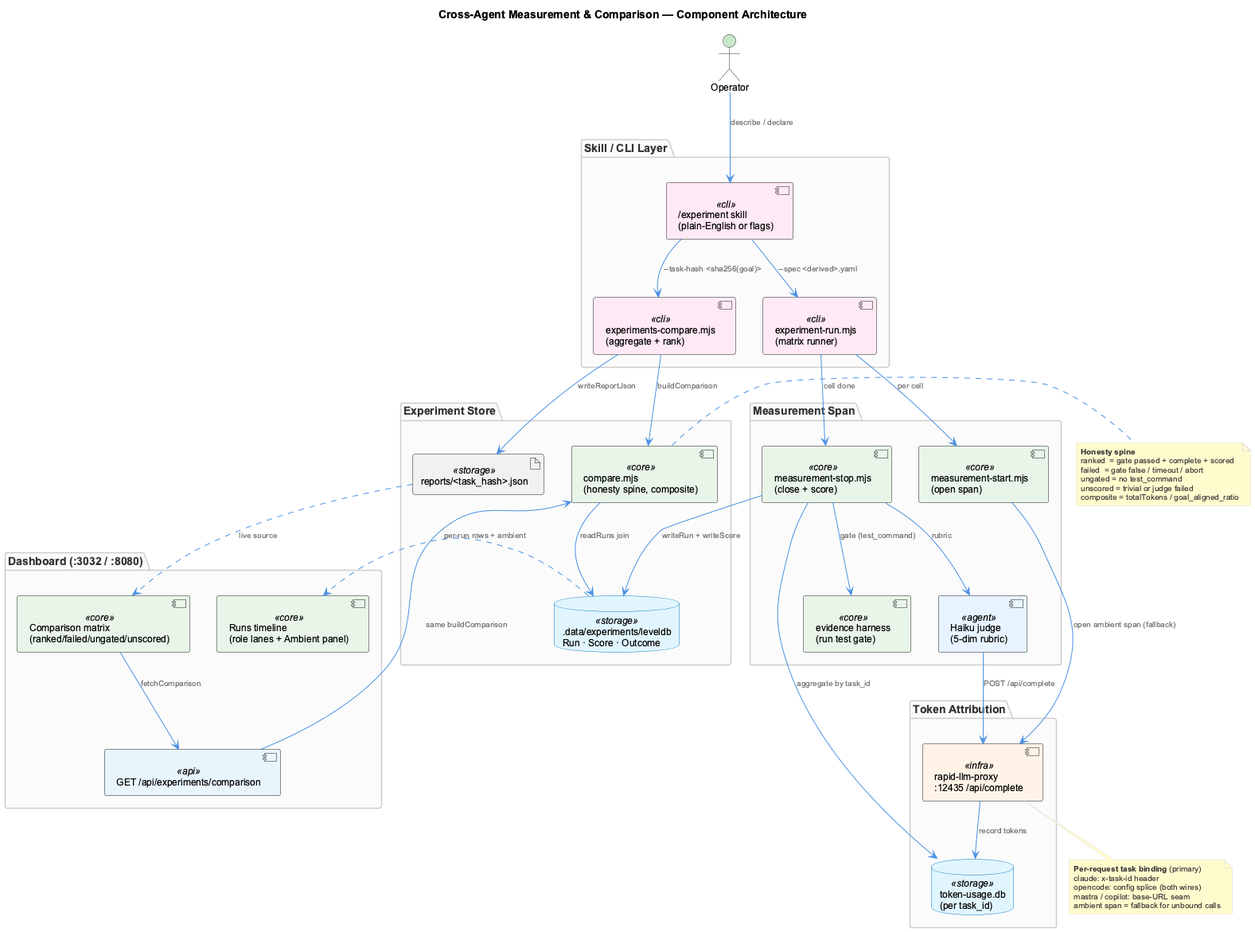
Above: docs-content/images/experiment-measurement-architecture.png in fwornle/coding (PlantUML), before the change.
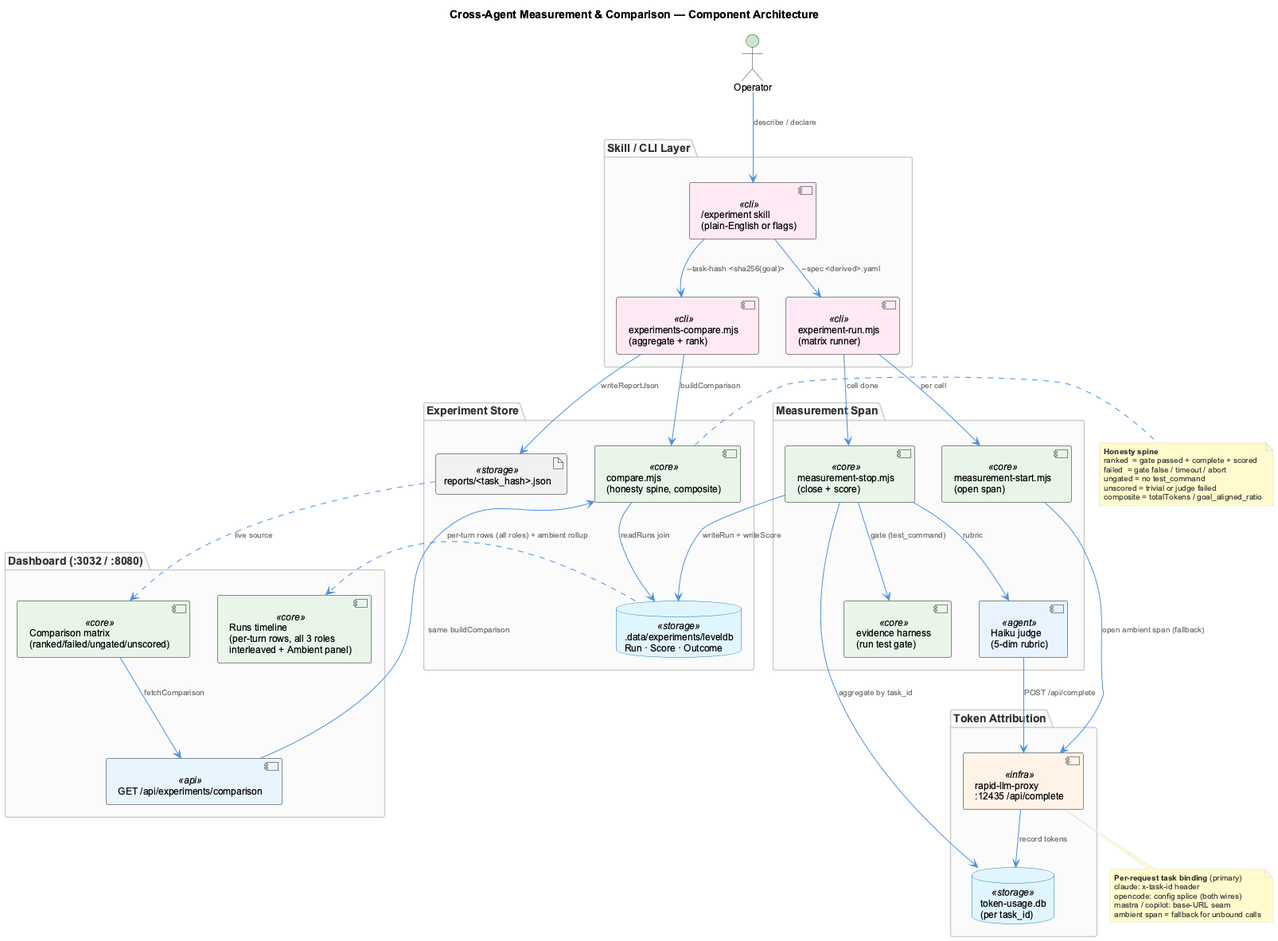
Above is the later version.

Commit message:
docs(measurement): document the interleaved all-role timeline + startup diagnostic

Change to the diagram source:
```diff
@@ -33,7 +33,7 @@
 package "Dashboard (:3032 / :8080)" as ui_layer {
   component "GET /api/experiments/comparison" as api <<api>>
   component "Comparison matrix\n(ranked/failed/ungated/unscored)" as matrix <<core>>
-  component "Runs timeline\n(role lanes + Ambient panel)" as timeline <<core>>
+  component "Runs timeline\n(per-turn rows, all 3 roles\ninterleaved + Ambient panel)" as timeline <<core>>
 }
 
 op --> skill : describe / declare
@@ -54,7 +54,7 @@
 api --> compare_lib : same buildComparison
 matrix --> api : fetchComparison
 report ..> matrix : live source
-store ..> timeline : per-run rows + ambient
+store ..> timeline : per-turn rows (all roles) + ambient rollup
 
 note bottom of proxy
   **Per-request task binding** (primary)
```
